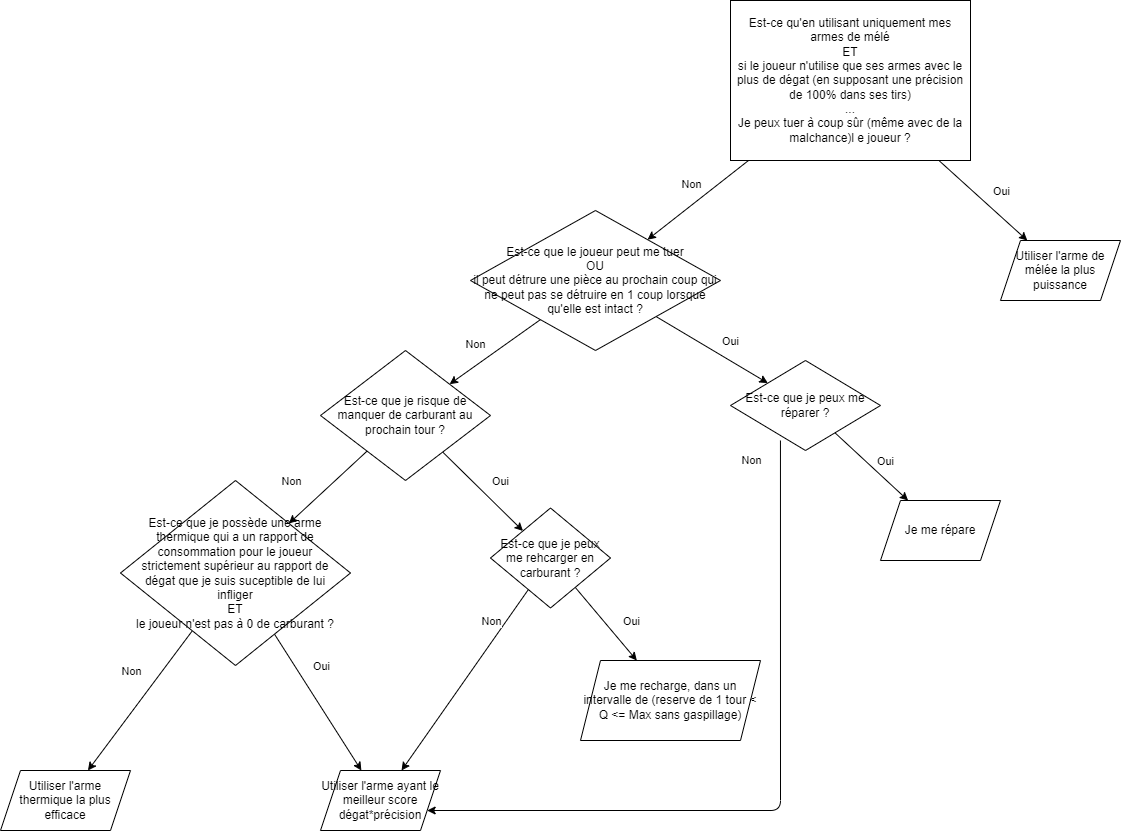
The draw.io diagram bot-strategie.drawio.png in RedScipio/Turn-base-game-PJS5, before a commit. Source tidied: cells renumbered, new cells last; positions are measured from the earlier drawing's top-left corner, leaving out a move shared by most shapes. Its diagram source:
```xml
<mxGraphModel>
  <root>
    <mxCell id="0" />
    <mxCell id="1" parent="0" />
    <mxCell id="2" style="edgeStyle=none;html=1;" parent="1" edge="1" source="35" target="15">
      <mxGeometry relative="1" as="geometry" />
    </mxCell>
    <mxCell id="3" value="Oui" style="edgeLabel;html=1;align=center;verticalAlign=middle;" parent="2" vertex="1">
      <mxGeometry x="0.31" y="3" relative="1" as="geometry">
        <mxPoint y="-16" as="offset" />
      </mxGeometry>
    </mxCell>
    <mxCell id="4" style="edgeStyle=none;html=1;" parent="1" edge="1" source="35" target="10">
      <mxGeometry relative="1" as="geometry" />
    </mxCell>
    <mxCell id="5" value="Non" style="edgeLabel;html=1;align=center;verticalAlign=middle;" parent="4" vertex="1">
      <mxGeometry x="0.47" y="4" relative="1" as="geometry">
        <mxPoint y="-27" as="offset" />
      </mxGeometry>
    </mxCell>
    <mxCell id="6" style="edgeStyle=none;html=1;" parent="1" edge="1" source="10" target="21">
      <mxGeometry relative="1" as="geometry" />
    </mxCell>
    <mxCell id="7" value="Oui" style="edgeLabel;html=1;align=center;verticalAlign=middle;" parent="6" vertex="1">
      <mxGeometry x="0.33" y="5" relative="1" as="geometry">
        <mxPoint x="1" y="-20" as="offset" />
      </mxGeometry>
    </mxCell>
    <mxCell id="8" style="edgeStyle=none;html=1;" parent="1" edge="1" source="10" target="27">
      <mxGeometry relative="1" as="geometry" />
    </mxCell>
    <mxCell id="9" value="Non" style="edgeLabel;html=1;align=center;verticalAlign=middle;" parent="8" vertex="1">
      <mxGeometry x="-0.41" y="4" relative="1" as="geometry">
        <mxPoint x="-56" y="5" as="offset" />
      </mxGeometry>
    </mxCell>
    <mxCell id="10" value="Est-ce que je risque de manquer de carburant au prochain tour ?" style="rhombus;whiteSpace=wrap;html=1;" parent="1" vertex="1">
      <mxGeometry x="320" y="350" width="170" height="130" as="geometry" />
    </mxCell>
    <mxCell id="11" style="edgeStyle=none;html=1;" parent="1" edge="1" source="15" target="16">
      <mxGeometry relative="1" as="geometry" />
    </mxCell>
    <mxCell id="12" value="Oui" style="edgeLabel;html=1;align=center;verticalAlign=middle;" parent="11" vertex="1">
      <mxGeometry x="0.36" y="1" relative="1" as="geometry">
        <mxPoint x="-1" y="-18" as="offset" />
      </mxGeometry>
    </mxCell>
    <mxCell id="13" style="edgeStyle=orthogonalEdgeStyle;html=1;exitX=0.333;exitY=0.889;exitDx=0;exitDy=0;exitPerimeter=0;" parent="1" edge="1" source="15" target="29">
      <mxGeometry relative="1" as="geometry">
        <Array as="points">
          <mxPoint x="780" y="810" />
        </Array>
      </mxGeometry>
    </mxCell>
    <mxCell id="14" value="Non" style="edgeLabel;html=1;align=center;verticalAlign=middle;" parent="13" vertex="1">
      <mxGeometry x="-0.94" y="-3" relative="1" as="geometry">
        <mxPoint x="-27" y="-1" as="offset" />
      </mxGeometry>
    </mxCell>
    <mxCell id="15" value="Est-ce que je peux me réparer ?" style="rhombus;whiteSpace=wrap;html=1;" parent="1" vertex="1">
      <mxGeometry x="730" y="360" width="150" height="90" as="geometry" />
    </mxCell>
    <mxCell id="16" value="Je me répare" style="shape=parallelogram;perimeter=parallelogramPerimeter;whiteSpace=wrap;html=1;fixedSize=1;" parent="1" vertex="1">
      <mxGeometry x="880" y="500" width="120" height="60" as="geometry" />
    </mxCell>
    <mxCell id="17" style="edgeStyle=none;html=1;" parent="1" edge="1" source="21" target="22">
      <mxGeometry relative="1" as="geometry" />
    </mxCell>
    <mxCell id="18" value="Oui" style="edgeLabel;html=1;align=center;verticalAlign=middle;" parent="17" vertex="1">
      <mxGeometry x="0.35" relative="1" as="geometry">
        <mxPoint x="14" y="-16" as="offset" />
      </mxGeometry>
    </mxCell>
    <mxCell id="19" style="edgeStyle=none;html=1;" parent="1" edge="1" source="21" target="29">
      <mxGeometry relative="1" as="geometry" />
    </mxCell>
    <mxCell id="20" value="Non" style="edgeLabel;html=1;align=center;verticalAlign=middle;" parent="19" vertex="1">
      <mxGeometry x="-0.58" y="-1" relative="1" as="geometry">
        <mxPoint x="-10" y="-7" as="offset" />
      </mxGeometry>
    </mxCell>
    <mxCell id="21" value="Est-ce que je peux me rehcarger en carburant ?" style="rhombus;whiteSpace=wrap;html=1;" parent="1" vertex="1">
      <mxGeometry x="490" y="507.5" width="120" height="100" as="geometry" />
    </mxCell>
    <mxCell id="22" value="Je me recharge, dans un intervalle de (reserve de 1 tour &amp;lt; Q &amp;lt;= Max sans gaspillage)" style="shape=parallelogram;perimeter=parallelogramPerimeter;whiteSpace=wrap;html=1;fixedSize=1;" parent="1" vertex="1">
      <mxGeometry x="580" y="660" width="180" height="80" as="geometry" />
    </mxCell>
    <mxCell id="23" style="edgeStyle=none;html=1;" parent="1" edge="1" source="27" target="28">
      <mxGeometry relative="1" as="geometry" />
    </mxCell>
    <mxCell id="24" value="Non" style="edgeLabel;html=1;align=center;verticalAlign=middle;" parent="23" vertex="1">
      <mxGeometry x="-0.41" y="3" relative="1" as="geometry">
        <mxPoint x="-33" y="-3" as="offset" />
      </mxGeometry>
    </mxCell>
    <mxCell id="25" style="edgeStyle=none;html=1;" parent="1" edge="1" source="27" target="29">
      <mxGeometry relative="1" as="geometry" />
    </mxCell>
    <mxCell id="26" value="Oui" style="edgeLabel;html=1;align=center;verticalAlign=middle;" parent="25" vertex="1">
      <mxGeometry x="-0.46" y="2" relative="1" as="geometry">
        <mxPoint x="21" y="-5" as="offset" />
      </mxGeometry>
    </mxCell>
    <mxCell id="27" value="Est-ce que je possède une arme thermique qui a un rapport de consommation pour le joueur strictement supérieur au rapport de dégat que je suis suceptible de lui infliger&lt;br&gt;ET&lt;br&gt;le joueur n'est pas à 0 de carburant ?" style="rhombus;whiteSpace=wrap;html=1;portConstraintRotation=0;snapToPoint=0;fixDash=0;spacing=15;" parent="1" vertex="1">
      <mxGeometry x="120" y="480" width="230" height="185" as="geometry" />
    </mxCell>
    <mxCell id="28" value="Utiliser l'arme thermique la plus efficace" style="shape=parallelogram;perimeter=parallelogramPerimeter;whiteSpace=wrap;html=1;fixedSize=1;" parent="1" vertex="1">
      <mxGeometry y="770" width="130" height="60" as="geometry" />
    </mxCell>
    <mxCell id="29" value="Utiliser l'arme ayant le meilleur score dégat*précision" style="shape=parallelogram;perimeter=parallelogramPerimeter;whiteSpace=wrap;html=1;fixedSize=1;" parent="1" vertex="1">
      <mxGeometry x="320" y="770" width="120" height="60" as="geometry" />
    </mxCell>
    <mxCell id="30" style="html=1;" parent="1" edge="1" source="34" target="35">
      <mxGeometry relative="1" as="geometry" />
    </mxCell>
    <mxCell id="31" value="Non" style="edgeLabel;html=1;align=center;verticalAlign=middle;" parent="30" vertex="1">
      <mxGeometry x="-0.4" y="-1" relative="1" as="geometry">
        <mxPoint x="-27" as="offset" />
      </mxGeometry>
    </mxCell>
    <mxCell id="32" style="edgeStyle=none;html=1;" parent="1" edge="1" source="34" target="36">
      <mxGeometry relative="1" as="geometry" />
    </mxCell>
    <mxCell id="33" value="Oui" style="edgeLabel;html=1;align=center;verticalAlign=middle;" parent="32" vertex="1">
      <mxGeometry x="0.36" y="-2" relative="1" as="geometry">
        <mxPoint x="3" y="-26" as="offset" />
      </mxGeometry>
    </mxCell>
    <mxCell id="34" value="Est-ce qu'en utilisant uniquement mes armes de mélé&lt;br&gt;ET&lt;br&gt;si le joueur n'utilise que ses armes avec le plus de dégat (en supposant une précision de 100% dans ses tirs)&lt;br&gt;...&lt;br&gt;Je peux tuer à coup sûr (même avec de la malchance)l e joueur ?" style="rounded=0;whiteSpace=wrap;html=1;" parent="1" vertex="1">
      <mxGeometry x="730" width="240" height="160" as="geometry" />
    </mxCell>
    <mxCell id="35" value="Est-ce que le joueur peut me tuer&lt;br&gt;OU&lt;br&gt;il peut détrure une pièce au prochain coup qui ne peut pas se détruire en 1 coup lorsque &lt;br&gt;qu'elle est intact ?" style="rhombus;whiteSpace=wrap;html=1;" parent="1" vertex="1">
      <mxGeometry x="470" y="210" width="250" height="140" as="geometry" />
    </mxCell>
    <mxCell id="36" value="Utiliser l'arme de mélée la plus puissance" style="shape=parallelogram;perimeter=parallelogramPerimeter;whiteSpace=wrap;html=1;fixedSize=1;" parent="1" vertex="1">
      <mxGeometry x="1000" y="240" width="120" height="60" as="geometry" />
    </mxCell>
  </root>
</mxGraphModel>
```
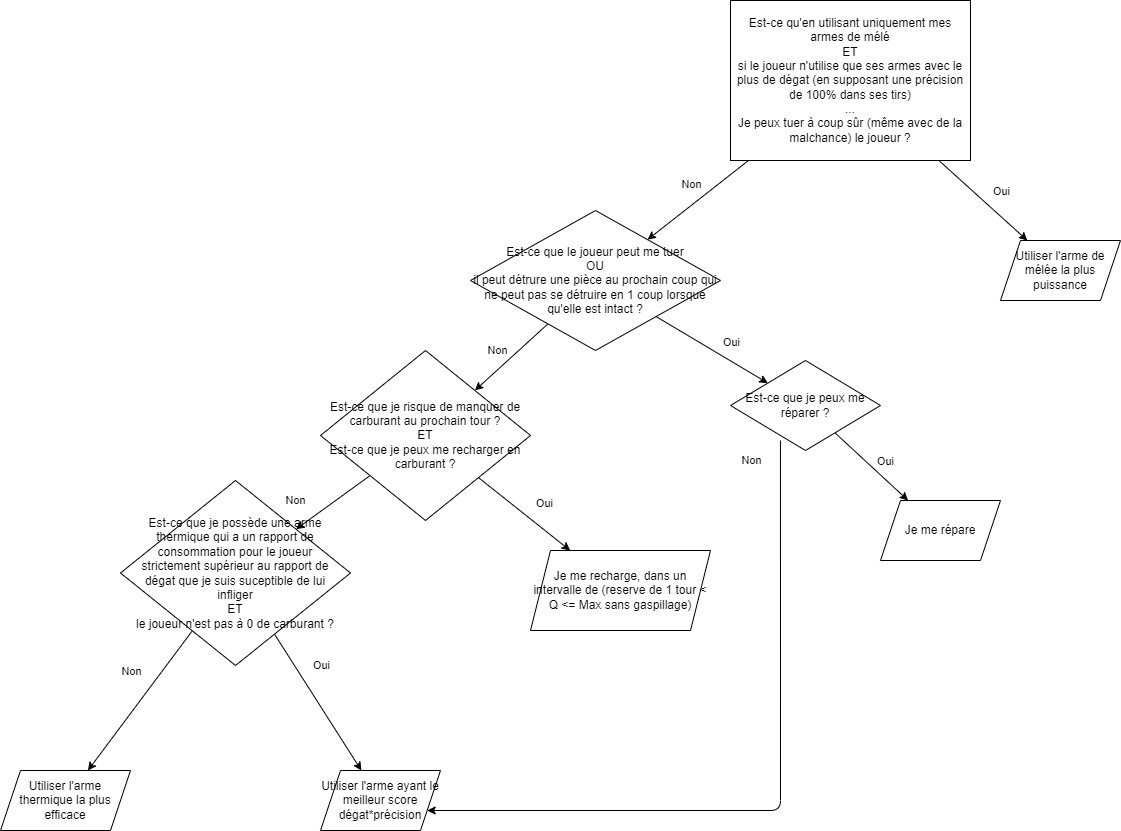
The same file after the commit.

Commit message:
MAJ BotStratégie

Diff of the diagram source:
```diff
@@ -18,7 +18,7 @@
         <mxPoint y="-27" as="offset" />
       </mxGeometry>
     </mxCell>
-    <mxCell id="6" style="edgeStyle=none;html=1;" parent="1" edge="1" source="10" target="21">
+    <mxCell id="6" style="edgeStyle=none;html=1;" parent="1" edge="1" source="10" target="22">
       <mxGeometry relative="1" as="geometry" />
     </mxCell>
     <mxCell id="7" value="Oui" style="edgeLabel;html=1;align=center;verticalAlign=middle;" parent="6" vertex="1">
@@ -34,8 +34,8 @@
         <mxPoint x="-56" y="5" as="offset" />
       </mxGeometry>
     </mxCell>
-    <mxCell id="10" value="Est-ce que je risque de manquer de carburant au prochain tour ?" style="rhombus;whiteSpace=wrap;html=1;" parent="1" vertex="1">
-      <mxGeometry x="320" y="350" width="170" height="130" as="geometry" />
+    <mxCell id="10" value="Est-ce que je risque de manquer de carburant au prochain tour ?&lt;br&gt;ET&lt;br&gt;Est-ce que je peux me recharger en carburant ?" style="rhombus;whiteSpace=wrap;html=1;" parent="1" vertex="1">
+      <mxGeometry x="320" y="350" width="210" height="170" as="geometry" />
     </mxCell>
     <mxCell id="11" style="edgeStyle=none;html=1;" parent="1" edge="1" source="15" target="16">
       <mxGeometry relative="1" as="geometry" />
@@ -63,27 +63,8 @@
     <mxCell id="16" value="Je me répare" style="shape=parallelogram;perimeter=parallelogramPerimeter;whiteSpace=wrap;html=1;fixedSize=1;" parent="1" vertex="1">
       <mxGeometry x="880" y="500" width="120" height="60" as="geometry" />
     </mxCell>
-    <mxCell id="17" style="edgeStyle=none;html=1;" parent="1" edge="1" source="21" target="22">
-      <mxGeometry relative="1" as="geometry" />
-    </mxCell>
-    <mxCell id="18" value="Oui" style="edgeLabel;html=1;align=center;verticalAlign=middle;" parent="17" vertex="1">
-      <mxGeometry x="0.35" relative="1" as="geometry">
-        <mxPoint x="14" y="-16" as="offset" />
-      </mxGeometry>
-    </mxCell>
-    <mxCell id="19" style="edgeStyle=none;html=1;" parent="1" edge="1" source="21" target="29">
-      <mxGeometry relative="1" as="geometry" />
-    </mxCell>
-    <mxCell id="20" value="Non" style="edgeLabel;html=1;align=center;verticalAlign=middle;" parent="19" vertex="1">
-      <mxGeometry x="-0.58" y="-1" relative="1" as="geometry">
-        <mxPoint x="-10" y="-7" as="offset" />
-      </mxGeometry>
-    </mxCell>
-    <mxCell id="21" value="Est-ce que je peux me rehcarger en carburant ?" style="rhombus;whiteSpace=wrap;html=1;" parent="1" vertex="1">
-      <mxGeometry x="490" y="507.5" width="120" height="100" as="geometry" />
-    </mxCell>
     <mxCell id="22" value="Je me recharge, dans un intervalle de (reserve de 1 tour &amp;lt; Q &amp;lt;= Max sans gaspillage)" style="shape=parallelogram;perimeter=parallelogramPerimeter;whiteSpace=wrap;html=1;fixedSize=1;" parent="1" vertex="1">
-      <mxGeometry x="580" y="660" width="180" height="80" as="geometry" />
+      <mxGeometry x="530" y="550" width="180" height="80" as="geometry" />
     </mxCell>
     <mxCell id="23" style="edgeStyle=none;html=1;" parent="1" edge="1" source="27" target="28">
       <mxGeometry relative="1" as="geometry" />
@@ -126,7 +107,7 @@
         <mxPoint x="3" y="-26" as="offset" />
       </mxGeometry>
     </mxCell>
-    <mxCell id="34" value="Est-ce qu'en utilisant uniquement mes armes de mélé&lt;br&gt;ET&lt;br&gt;si le joueur n'utilise que ses armes avec le plus de dégat (en supposant une précision de 100% dans ses tirs)&lt;br&gt;...&lt;br&gt;Je peux tuer à coup sûr (même avec de la malchance)l e joueur ?" style="rounded=0;whiteSpace=wrap;html=1;" parent="1" vertex="1">
+    <mxCell id="34" value="Est-ce qu'en utilisant uniquement mes armes de mélé&lt;br&gt;ET&lt;br&gt;si le joueur n'utilise que ses armes avec le plus de dégat (en supposant une précision de 100% dans ses tirs)&lt;br&gt;...&lt;br&gt;Je peux tuer à coup sûr (même avec de la malchance) le joueur ?" style="rounded=0;whiteSpace=wrap;html=1;" parent="1" vertex="1">
       <mxGeometry x="730" width="240" height="160" as="geometry" />
     </mxCell>
     <mxCell id="35" value="Est-ce que le joueur peut me tuer&lt;br&gt;OU&lt;br&gt;il peut détrure une pièce au prochain coup qui ne peut pas se détruire en 1 coup lorsque &lt;br&gt;qu'elle est intact ?" style="rhombus;whiteSpace=wrap;html=1;" parent="1" vertex="1">
```
